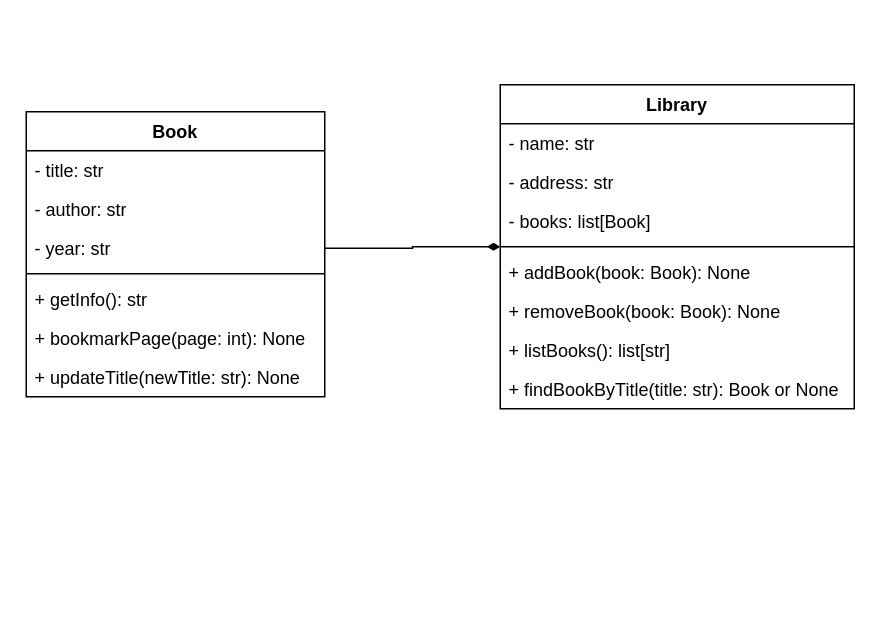
The draw.io diagram hm_4/Task 1.drawio in kondak12/oop_practices_2, before the edit. Source tidied: cells renumbered, new cells numbered last; positions are measured from the earlier drawing's top-left corner, leaving out a move shared by most shapes. Both pictures are drawn from the tidied source at 150%, with x=0, y=0 at pixel (26, 84).
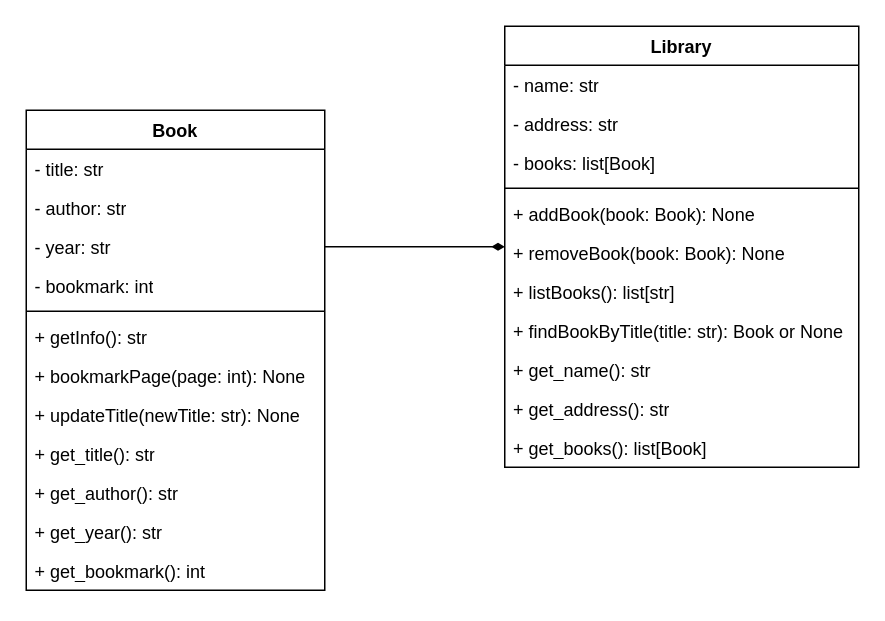
The same diagram, later.

What changed in the source:
```diff
@@
     <mxCell id="2" value="Book" style="swimlane;fontStyle=1;align=center;verticalAlign=top;horizontal=1;startSize=26;whiteSpace=wrap;html=1;" parent="1" vertex="1">
-      <mxGeometry y="18" width="199" height="190" as="geometry" />
+      <mxGeometry y="17" width="199" height="320" as="geometry" />
     </mxCell>
@@
+    <mxCell id="20" value="- bookmark: int" style="text;strokeColor=none;fillColor=none;align=left;verticalAlign=top;spacingLeft=4;spacingRight=4;overflow=hidden;whiteSpace=wrap;html=1;" parent="2" vertex="1">
+      <mxGeometry y="104" width="199" height="26" as="geometry" />
+    </mxCell>
     <mxCell id="6" style="line;strokeWidth=1;fillColor=none;align=left;verticalAlign=middle;spacingTop=-1;spacingLeft=3;spacingRight=3;labelPosition=right;strokeColor=inherit;" parent="2" vertex="1">
-      <mxGeometry y="104" width="199" height="8" as="geometry" />
+      <mxGeometry y="130" width="199" height="8" as="geometry" />
     </mxCell>
     <mxCell id="7" value="+&amp;nbsp;getInfo(): str" style="text;strokeColor=none;fillColor=none;align=left;verticalAlign=top;spacingLeft=4;spacingRight=4;overflow=hidden;whiteSpace=wrap;html=1;" parent="2" vertex="1">
-      <mxGeometry y="112" width="199" height="26" as="geometry" />
+      <mxGeometry y="138" width="199" height="26" as="geometry" />
     </mxCell>
     <mxCell id="8" value="+&amp;nbsp;bookmarkPage(page: int): None" style="text;strokeColor=none;fillColor=none;align=left;verticalAlign=top;spacingLeft=4;spacingRight=4;overflow=hidden;whiteSpace=wrap;html=1;" parent="2" vertex="1">
-      <mxGeometry y="138" width="199" height="26" as="geometry" />
+      <mxGeometry y="164" width="199" height="26" as="geometry" />
     </mxCell>
     <mxCell id="9" value="+&amp;nbsp;updateTitle(newTitle: str): None" style="text;strokeColor=none;fillColor=none;align=left;verticalAlign=top;spacingLeft=4;spacingRight=4;overflow=hidden;whiteSpace=wrap;html=1;" parent="2" vertex="1">
-      <mxGeometry y="164" width="199" height="26" as="geometry" />
+      <mxGeometry y="190" width="199" height="26" as="geometry" />
     </mxCell>
+    <mxCell id="21" value="+ get_title(): str" style="text;strokeColor=none;fillColor=none;align=left;verticalAlign=top;spacingLeft=4;spacingRight=4;overflow=hidden;whiteSpace=wrap;html=1;" parent="2" vertex="1">
+      <mxGeometry y="216" width="199" height="26" as="geometry" />
+    </mxCell>
+    <mxCell id="22" value="+ get_author(): str" style="text;strokeColor=none;fillColor=none;align=left;verticalAlign=top;spacingLeft=4;spacingRight=4;overflow=hidden;whiteSpace=wrap;html=1;" parent="2" vertex="1">
+      <mxGeometry y="242" width="199" height="26" as="geometry" />
+    </mxCell>
+    <mxCell id="23" value="+ get_year(): str" style="text;strokeColor=none;fillColor=none;align=left;verticalAlign=top;spacingLeft=4;spacingRight=4;overflow=hidden;whiteSpace=wrap;html=1;" parent="2" vertex="1">
+      <mxGeometry y="268" width="199" height="26" as="geometry" />
+    </mxCell>
+    <mxCell id="24" value="+ get_bookmark(): int" style="text;strokeColor=none;fillColor=none;align=left;verticalAlign=top;spacingLeft=4;spacingRight=4;overflow=hidden;whiteSpace=wrap;html=1;" parent="2" vertex="1">
+      <mxGeometry y="294" width="199" height="26" as="geometry" />
+    </mxCell>
     <mxCell id="10" value="Library" style="swimlane;fontStyle=1;align=center;verticalAlign=top;horizontal=1;startSize=26;whiteSpace=wrap;html=1;" parent="1" vertex="1">
-      <mxGeometry x="316" width="236" height="216" as="geometry" />
+      <mxGeometry x="319" y="-39" width="236" height="294" as="geometry" />
     </mxCell>
@@
+    <mxCell id="25" value="+ get_name(): str" style="text;strokeColor=none;fillColor=none;align=left;verticalAlign=top;spacingLeft=4;spacingRight=4;overflow=hidden;whiteSpace=wrap;html=1;" parent="10" vertex="1">
+      <mxGeometry y="216" width="236" height="26" as="geometry" />
+    </mxCell>
+    <mxCell id="26" value="+ get_address(): str" style="text;strokeColor=none;fillColor=none;align=left;verticalAlign=top;spacingLeft=4;spacingRight=4;overflow=hidden;whiteSpace=wrap;html=1;" parent="10" vertex="1">
+      <mxGeometry y="242" width="236" height="26" as="geometry" />
+    </mxCell>
+    <mxCell id="27" value="+ get_books():&amp;nbsp;list[Book]" style="text;strokeColor=none;fillColor=none;align=left;verticalAlign=top;spacingLeft=4;spacingRight=4;overflow=hidden;whiteSpace=wrap;html=1;" parent="10" vertex="1">
+      <mxGeometry y="268" width="236" height="26" as="geometry" />
+    </mxCell>
```
